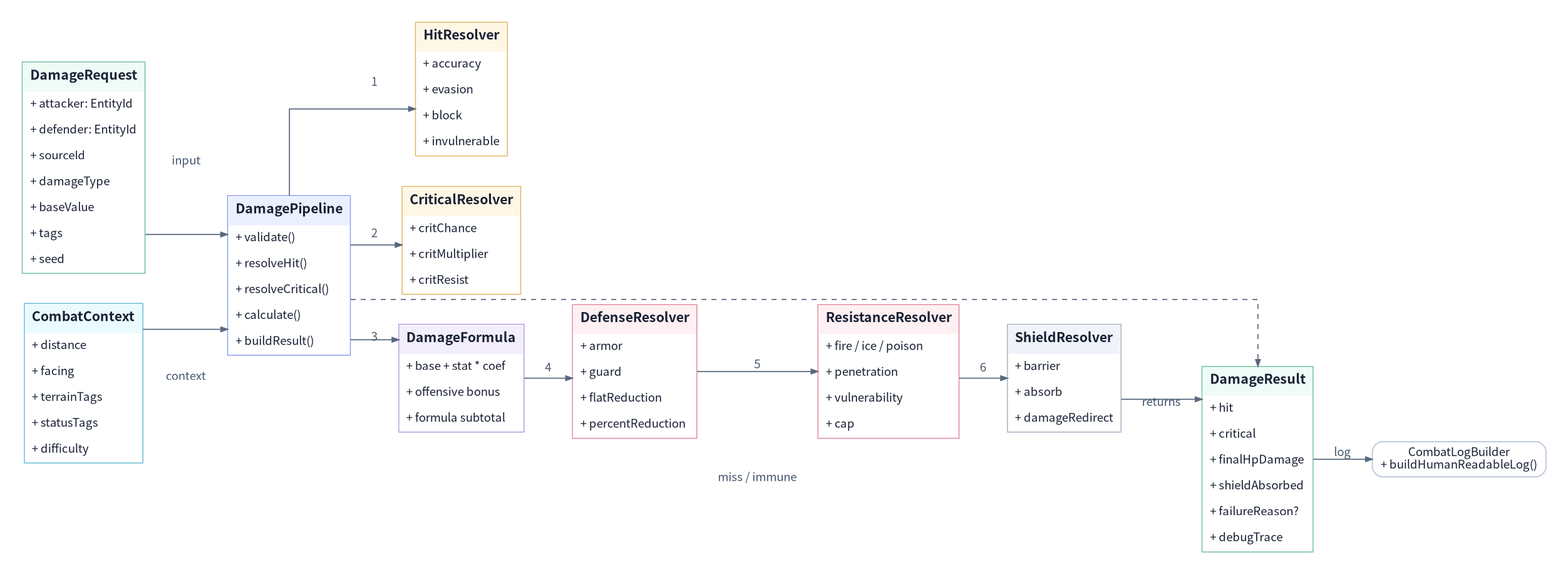
Before: assets/diagrams/22_combat_core_class_diagram.png, a diagram exported from Graphviz (JY-LemongO/game-system-framework-knowledge-site). Its source is kept beside it as source/diagrams/22_combat_core_class_diagram.dot. The source it was exported from:
```dot
digraph G {
  graph [fontname="Noto Sans CJK KR", bgcolor="#ffffff", margin=0.12, pad=0.25, ranksep=0.70, nodesep=0.50];
  node [fontname="Noto Sans CJK KR", shape=box, style="rounded,filled", color="#bac7db", penwidth=1.4, fillcolor="#ffffff", fontcolor="#182033", margin="0.14,0.09"];
  edge [fontname="Noto Sans CJK KR", color="#59687e", fontcolor="#46566e", arrowsize=0.8, penwidth=1.3];
  rankdir=LR; splines=ortho;
  DamageRequest [shape=plain,label=<
<TABLE BORDER="1" CELLBORDER="0" CELLPADDING="8" CELLSPACING="0" COLOR="#61b99a"><TR><TD BGCOLOR="#eefbf6"><B><FONT POINT-SIZE="16">DamageRequest</FONT></B></TD></TR><TR><TD ALIGN="LEFT">+ attacker: EntityId</TD></TR><TR><TD ALIGN="LEFT">+ defender: EntityId</TD></TR><TR><TD ALIGN="LEFT">+ sourceId</TD></TR><TR><TD ALIGN="LEFT">+ damageType</TD></TR><TR><TD ALIGN="LEFT">+ baseValue</TD></TR><TR><TD ALIGN="LEFT">+ tags</TD></TR><TR><TD ALIGN="LEFT">+ seed</TD></TR></TABLE>>];
  CombatContext [shape=plain,label=<
<TABLE BORDER="1" CELLBORDER="0" CELLPADDING="8" CELLSPACING="0" COLOR="#54b7cf"><TR><TD BGCOLOR="#e9fbff"><B><FONT POINT-SIZE="16">CombatContext</FONT></B></TD></TR><TR><TD ALIGN="LEFT">+ distance</TD></TR><TR><TD ALIGN="LEFT">+ facing</TD></TR><TR><TD ALIGN="LEFT">+ terrainTags</TD></TR><TR><TD ALIGN="LEFT">+ statusTags</TD></TR><TR><TD ALIGN="LEFT">+ difficulty</TD></TR></TABLE>>];
  DamagePipeline [shape=plain,label=<
<TABLE BORDER="1" CELLBORDER="0" CELLPADDING="8" CELLSPACING="0" COLOR="#8292f7"><TR><TD BGCOLOR="#eaf0ff"><B><FONT POINT-SIZE="16">DamagePipeline</FONT></B></TD></TR><TR><TD ALIGN="LEFT">+ validate()</TD></TR><TR><TD ALIGN="LEFT">+ resolveHit()</TD></TR><TR><TD ALIGN="LEFT">+ resolveCritical()</TD></TR><TR><TD ALIGN="LEFT">+ calculate()</TD></TR><TR><TD ALIGN="LEFT">+ buildResult()</TD></TR></TABLE>>];
  HitResolver [shape=plain,label=<
<TABLE BORDER="1" CELLBORDER="0" CELLPADDING="8" CELLSPACING="0" COLOR="#e0ad4e"><TR><TD BGCOLOR="#fff7e6"><B><FONT POINT-SIZE="16">HitResolver</FONT></B></TD></TR><TR><TD ALIGN="LEFT">+ accuracy</TD></TR><TR><TD ALIGN="LEFT">+ evasion</TD></TR><TR><TD ALIGN="LEFT">+ block</TD></TR><TR><TD ALIGN="LEFT">+ invulnerable</TD></TR></TABLE>>];
  CriticalResolver [shape=plain,label=<
<TABLE BORDER="1" CELLBORDER="0" CELLPADDING="8" CELLSPACING="0" COLOR="#e0ad4e"><TR><TD BGCOLOR="#fff7e6"><B><FONT POINT-SIZE="16">CriticalResolver</FONT></B></TD></TR><TR><TD ALIGN="LEFT">+ critChance</TD></TR><TR><TD ALIGN="LEFT">+ critMultiplier</TD></TR><TR><TD ALIGN="LEFT">+ critResist</TD></TR></TABLE>>];
  DamageFormula [shape=plain,label=<
<TABLE BORDER="1" CELLBORDER="0" CELLPADDING="8" CELLSPACING="0" COLOR="#ab8fe0"><TR><TD BGCOLOR="#f3eefc"><B><FONT POINT-SIZE="16">DamageFormula</FONT></B></TD></TR><TR><TD ALIGN="LEFT">+ base + stat * coef</TD></TR><TR><TD ALIGN="LEFT">+ offensive bonus</TD></TR><TR><TD ALIGN="LEFT">+ formula subtotal</TD></TR></TABLE>>];
  DefenseResolver [shape=plain,label=<
<TABLE BORDER="1" CELLBORDER="0" CELLPADDING="8" CELLSPACING="0" COLOR="#e07b91"><TR><TD BGCOLOR="#fff0f3"><B><FONT POINT-SIZE="16">DefenseResolver</FONT></B></TD></TR><TR><TD ALIGN="LEFT">+ armor</TD></TR><TR><TD ALIGN="LEFT">+ guard</TD></TR><TR><TD ALIGN="LEFT">+ flatReduction</TD></TR><TR><TD ALIGN="LEFT">+ percentReduction</TD></TR></TABLE>>];
  ResistanceResolver [shape=plain,label=<
<TABLE BORDER="1" CELLBORDER="0" CELLPADDING="8" CELLSPACING="0" COLOR="#e07b91"><TR><TD BGCOLOR="#fff0f3"><B><FONT POINT-SIZE="16">ResistanceResolver</FONT></B></TD></TR><TR><TD ALIGN="LEFT">+ fire / ice / poison</TD></TR><TR><TD ALIGN="LEFT">+ penetration</TD></TR><TR><TD ALIGN="LEFT">+ vulnerability</TD></TR><TR><TD ALIGN="LEFT">+ cap</TD></TR></TABLE>>];
  ShieldResolver [shape=plain,label=<
<TABLE BORDER="1" CELLBORDER="0" CELLPADDING="8" CELLSPACING="0" COLOR="#99a8bd"><TR><TD BGCOLOR="#f0f3f9"><B><FONT POINT-SIZE="16">ShieldResolver</FONT></B></TD></TR><TR><TD ALIGN="LEFT">+ barrier</TD></TR><TR><TD ALIGN="LEFT">+ absorb</TD></TR><TR><TD ALIGN="LEFT">+ damageRedirect</TD></TR></TABLE>>];
  DamageResult [shape=plain,label=<
<TABLE BORDER="1" CELLBORDER="0" CELLPADDING="8" CELLSPACING="0" COLOR="#61b99a"><TR><TD BGCOLOR="#eefbf6"><B><FONT POINT-SIZE="16">DamageResult</FONT></B></TD></TR><TR><TD ALIGN="LEFT">+ hit</TD></TR><TR><TD ALIGN="LEFT">+ critical</TD></TR><TR><TD ALIGN="LEFT">+ finalHpDamage</TD></TR><TR><TD ALIGN="LEFT">+ shieldAbsorbed</TD></TR><TR><TD ALIGN="LEFT">+ failureReason?</TD></TR><TR><TD ALIGN="LEFT">+ debugTrace</TD></TR></TABLE>>];
  CombatLogBuilder [label="CombatLogBuilder\n+ buildHumanReadableLog()"];

  DamageRequest -> DamagePipeline [label="input"];
  CombatContext -> DamagePipeline [label="context"];
  DamagePipeline -> HitResolver [label="1"];
  DamagePipeline -> CriticalResolver [label="2"];
  DamagePipeline -> DamageFormula [label="3"];
  DamageFormula -> DefenseResolver [label="4"];
  DefenseResolver -> ResistanceResolver [label="5"];
  ResistanceResolver -> ShieldResolver [label="6"];
  ShieldResolver -> DamageResult [label="returns"];
  DamagePipeline -> DamageResult [style=dashed, label="miss / immune"];
  DamageResult -> CombatLogBuilder [label="log"];
}
```
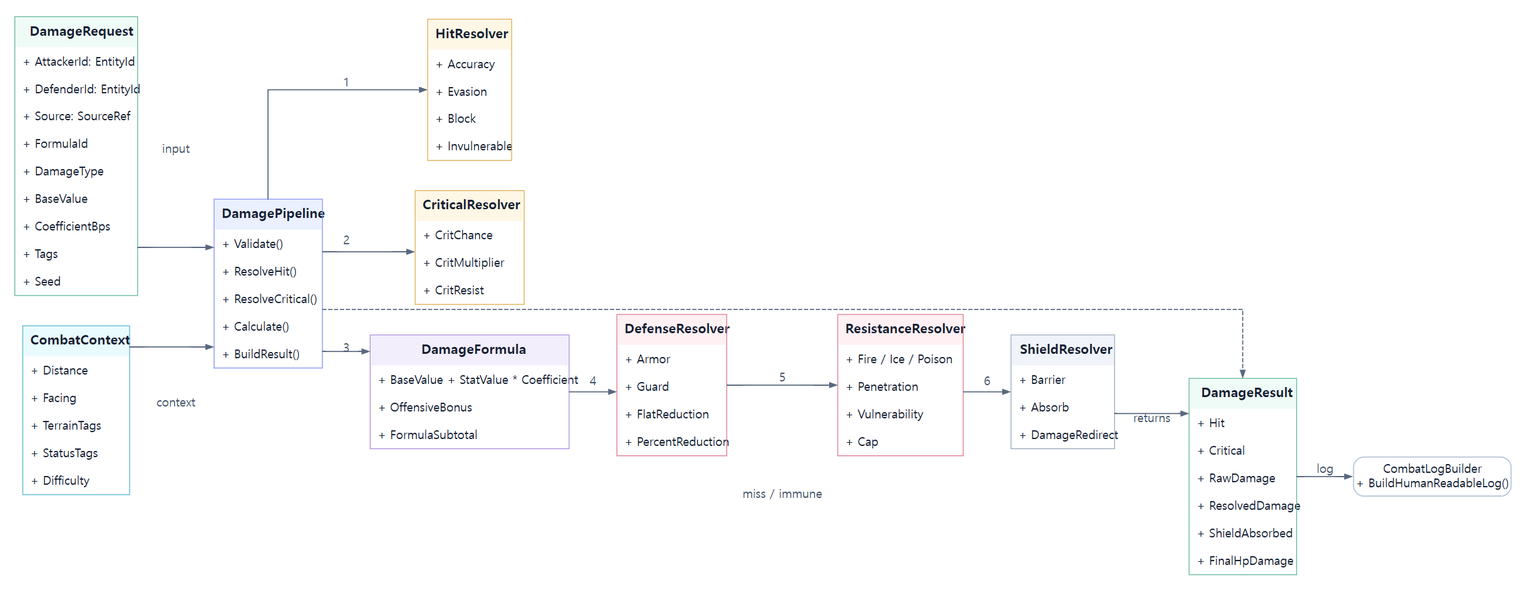
Above is the later version.

The edit, as a diff of the source:
```diff
@@ -4,26 +4,26 @@
   edge [fontname="Noto Sans CJK KR", color="#59687e", fontcolor="#46566e", arrowsize=0.8, penwidth=1.3];
   rankdir=LR; splines=ortho;
   DamageRequest [shape=plain,label=<
-<TABLE BORDER="1" CELLBORDER="0" CELLPADDING="8" CELLSPACING="0" COLOR="#61b99a"><TR><TD BGCOLOR="#eefbf6"><B><FONT POINT-SIZE="16">DamageRequest</FONT></B></TD></TR><TR><TD ALIGN="LEFT">+ attacker: EntityId</TD></TR><TR><TD ALIGN="LEFT">+ defender: EntityId</TD></TR><TR><TD ALIGN="LEFT">+ sourceId</TD></TR><TR><TD ALIGN="LEFT">+ damageType</TD></TR><TR><TD ALIGN="LEFT">+ baseValue</TD></TR><TR><TD ALIGN="LEFT">+ tags</TD></TR><TR><TD ALIGN="LEFT">+ seed</TD></TR></TABLE>>];
+<TABLE BORDER="1" CELLBORDER="0" CELLPADDING="8" CELLSPACING="0" COLOR="#61b99a"><TR><TD BGCOLOR="#eefbf6"><B><FONT POINT-SIZE="16">DamageRequest</FONT></B></TD></TR><TR><TD ALIGN="LEFT">+ AttackerId: EntityId</TD></TR><TR><TD ALIGN="LEFT">+ DefenderId: EntityId</TD></TR><TR><TD ALIGN="LEFT">+ Source: SourceRef</TD></TR><TR><TD ALIGN="LEFT">+ FormulaId</TD></TR><TR><TD ALIGN="LEFT">+ DamageType</TD></TR><TR><TD ALIGN="LEFT">+ BaseValue</TD></TR><TR><TD ALIGN="LEFT">+ CoefficientBps</TD></TR><TR><TD ALIGN="LEFT">+ Tags</TD></TR><TR><TD ALIGN="LEFT">+ Seed</TD></TR></TABLE>>];
   CombatContext [shape=plain,label=<
-<TABLE BORDER="1" CELLBORDER="0" CELLPADDING="8" CELLSPACING="0" COLOR="#54b7cf"><TR><TD BGCOLOR="#e9fbff"><B><FONT POINT-SIZE="16">CombatContext</FONT></B></TD></TR><TR><TD ALIGN="LEFT">+ distance</TD></TR><TR><TD ALIGN="LEFT">+ facing</TD></TR><TR><TD ALIGN="LEFT">+ terrainTags</TD></TR><TR><TD ALIGN="LEFT">+ statusTags</TD></TR><TR><TD ALIGN="LEFT">+ difficulty</TD></TR></TABLE>>];
+<TABLE BORDER="1" CELLBORDER="0" CELLPADDING="8" CELLSPACING="0" COLOR="#54b7cf"><TR><TD BGCOLOR="#e9fbff"><B><FONT POINT-SIZE="16">CombatContext</FONT></B></TD></TR><TR><TD ALIGN="LEFT">+ Distance</TD></TR><TR><TD ALIGN="LEFT">+ Facing</TD></TR><TR><TD ALIGN="LEFT">+ TerrainTags</TD></TR><TR><TD ALIGN="LEFT">+ StatusTags</TD></TR><TR><TD ALIGN="LEFT">+ Difficulty</TD></TR></TABLE>>];
   DamagePipeline [shape=plain,label=<
-<TABLE BORDER="1" CELLBORDER="0" CELLPADDING="8" CELLSPACING="0" COLOR="#8292f7"><TR><TD BGCOLOR="#eaf0ff"><B><FONT POINT-SIZE="16">DamagePipeline</FONT></B></TD></TR><TR><TD ALIGN="LEFT">+ validate()</TD></TR><TR><TD ALIGN="LEFT">+ resolveHit()</TD></TR><TR><TD ALIGN="LEFT">+ resolveCritical()</TD></TR><TR><TD ALIGN="LEFT">+ calculate()</TD></TR><TR><TD ALIGN="LEFT">+ buildResult()</TD></TR></TABLE>>];
+<TABLE BORDER="1" CELLBORDER="0" CELLPADDING="8" CELLSPACING="0" COLOR="#8292f7"><TR><TD BGCOLOR="#eaf0ff"><B><FONT POINT-SIZE="16">DamagePipeline</FONT></B></TD></TR><TR><TD ALIGN="LEFT">+ Validate()</TD></TR><TR><TD ALIGN="LEFT">+ ResolveHit()</TD></TR><TR><TD ALIGN="LEFT">+ ResolveCritical()</TD></TR><TR><TD ALIGN="LEFT">+ Calculate()</TD></TR><TR><TD ALIGN="LEFT">+ BuildResult()</TD></TR></TABLE>>];
   HitResolver [shape=plain,label=<
-<TABLE BORDER="1" CELLBORDER="0" CELLPADDING="8" CELLSPACING="0" COLOR="#e0ad4e"><TR><TD BGCOLOR="#fff7e6"><B><FONT POINT-SIZE="16">HitResolver</FONT></B></TD></TR><TR><TD ALIGN="LEFT">+ accuracy</TD></TR><TR><TD ALIGN="LEFT">+ evasion</TD></TR><TR><TD ALIGN="LEFT">+ block</TD></TR><TR><TD ALIGN="LEFT">+ invulnerable</TD></TR></TABLE>>];
+<TABLE BORDER="1" CELLBORDER="0" CELLPADDING="8" CELLSPACING="0" COLOR="#e0ad4e"><TR><TD BGCOLOR="#fff7e6"><B><FONT POINT-SIZE="16">HitResolver</FONT></B></TD></TR><TR><TD ALIGN="LEFT">+ Accuracy</TD></TR><TR><TD ALIGN="LEFT">+ Evasion</TD></TR><TR><TD ALIGN="LEFT">+ Block</TD></TR><TR><TD ALIGN="LEFT">+ Invulnerable</TD></TR></TABLE>>];
   CriticalResolver [shape=plain,label=<
-<TABLE BORDER="1" CELLBORDER="0" CELLPADDING="8" CELLSPACING="0" COLOR="#e0ad4e"><TR><TD BGCOLOR="#fff7e6"><B><FONT POINT-SIZE="16">CriticalResolver</FONT></B></TD></TR><TR><TD ALIGN="LEFT">+ critChance</TD></TR><TR><TD ALIGN="LEFT">+ critMultiplier</TD></TR><TR><TD ALIGN="LEFT">+ critResist</TD></TR></TABLE>>];
+<TABLE BORDER="1" CELLBORDER="0" CELLPADDING="8" CELLSPACING="0" COLOR="#e0ad4e"><TR><TD BGCOLOR="#fff7e6"><B><FONT POINT-SIZE="16">CriticalResolver</FONT></B></TD></TR><TR><TD ALIGN="LEFT">+ CritChance</TD></TR><TR><TD ALIGN="LEFT">+ CritMultiplier</TD></TR><TR><TD ALIGN="LEFT">+ CritResist</TD></TR></TABLE>>];
   DamageFormula [shape=plain,label=<
-<TABLE BORDER="1" CELLBORDER="0" CELLPADDING="8" CELLSPACING="0" COLOR="#ab8fe0"><TR><TD BGCOLOR="#f3eefc"><B><FONT POINT-SIZE="16">DamageFormula</FONT></B></TD></TR><TR><TD ALIGN="LEFT">+ base + stat * coef</TD></TR><TR><TD ALIGN="LEFT">+ offensive bonus</TD></TR><TR><TD ALIGN="LEFT">+ formula subtotal</TD></TR></TABLE>>];
+<TABLE BORDER="1" CELLBORDER="0" CELLPADDING="8" CELLSPACING="0" COLOR="#ab8fe0"><TR><TD BGCOLOR="#f3eefc"><B><FONT POINT-SIZE="16">DamageFormula</FONT></B></TD></TR><TR><TD ALIGN="LEFT">+ BaseValue + StatValue * Coefficient</TD></TR><TR><TD ALIGN="LEFT">+ OffensiveBonus</TD></TR><TR><TD ALIGN="LEFT">+ FormulaSubtotal</TD></TR></TABLE>>];
   DefenseResolver [shape=plain,label=<
-<TABLE BORDER="1" CELLBORDER="0" CELLPADDING="8" CELLSPACING="0" COLOR="#e07b91"><TR><TD BGCOLOR="#fff0f3"><B><FONT POINT-SIZE="16">DefenseResolver</FONT></B></TD></TR><TR><TD ALIGN="LEFT">+ armor</TD></TR><TR><TD ALIGN="LEFT">+ guard</TD></TR><TR><TD ALIGN="LEFT">+ flatReduction</TD></TR><TR><TD ALIGN="LEFT">+ percentReduction</TD></TR></TABLE>>];
+<TABLE BORDER="1" CELLBORDER="0" CELLPADDING="8" CELLSPACING="0" COLOR="#e07b91"><TR><TD BGCOLOR="#fff0f3"><B><FONT POINT-SIZE="16">DefenseResolver</FONT></B></TD></TR><TR><TD ALIGN="LEFT">+ Armor</TD></TR><TR><TD ALIGN="LEFT">+ Guard</TD></TR><TR><TD ALIGN="LEFT">+ FlatReduction</TD></TR><TR><TD ALIGN="LEFT">+ PercentReduction</TD></TR></TABLE>>];
   ResistanceResolver [shape=plain,label=<
-<TABLE BORDER="1" CELLBORDER="0" CELLPADDING="8" CELLSPACING="0" COLOR="#e07b91"><TR><TD BGCOLOR="#fff0f3"><B><FONT POINT-SIZE="16">ResistanceResolver</FONT></B></TD></TR><TR><TD ALIGN="LEFT">+ fire / ice / poison</TD></TR><TR><TD ALIGN="LEFT">+ penetration</TD></TR><TR><TD ALIGN="LEFT">+ vulnerability</TD></TR><TR><TD ALIGN="LEFT">+ cap</TD></TR></TABLE>>];
+<TABLE BORDER="1" CELLBORDER="0" CELLPADDING="8" CELLSPACING="0" COLOR="#e07b91"><TR><TD BGCOLOR="#fff0f3"><B><FONT POINT-SIZE="16">ResistanceResolver</FONT></B></TD></TR><TR><TD ALIGN="LEFT">+ Fire / Ice / Poison</TD></TR><TR><TD ALIGN="LEFT">+ Penetration</TD></TR><TR><TD ALIGN="LEFT">+ Vulnerability</TD></TR><TR><TD ALIGN="LEFT">+ Cap</TD></TR></TABLE>>];
   ShieldResolver [shape=plain,label=<
-<TABLE BORDER="1" CELLBORDER="0" CELLPADDING="8" CELLSPACING="0" COLOR="#99a8bd"><TR><TD BGCOLOR="#f0f3f9"><B><FONT POINT-SIZE="16">ShieldResolver</FONT></B></TD></TR><TR><TD ALIGN="LEFT">+ barrier</TD></TR><TR><TD ALIGN="LEFT">+ absorb</TD></TR><TR><TD ALIGN="LEFT">+ damageRedirect</TD></TR></TABLE>>];
+<TABLE BORDER="1" CELLBORDER="0" CELLPADDING="8" CELLSPACING="0" COLOR="#99a8bd"><TR><TD BGCOLOR="#f0f3f9"><B><FONT POINT-SIZE="16">ShieldResolver</FONT></B></TD></TR><TR><TD ALIGN="LEFT">+ Barrier</TD></TR><TR><TD ALIGN="LEFT">+ Absorb</TD></TR><TR><TD ALIGN="LEFT">+ DamageRedirect</TD></TR></TABLE>>];
   DamageResult [shape=plain,label=<
-<TABLE BORDER="1" CELLBORDER="0" CELLPADDING="8" CELLSPACING="0" COLOR="#61b99a"><TR><TD BGCOLOR="#eefbf6"><B><FONT POINT-SIZE="16">DamageResult</FONT></B></TD></TR><TR><TD ALIGN="LEFT">+ hit</TD></TR><TR><TD ALIGN="LEFT">+ critical</TD></TR><TR><TD ALIGN="LEFT">+ finalHpDamage</TD></TR><TR><TD ALIGN="LEFT">+ shieldAbsorbed</TD></TR><TR><TD ALIGN="LEFT">+ failureReason?</TD></TR><TR><TD ALIGN="LEFT">+ debugTrace</TD></TR></TABLE>>];
-  CombatLogBuilder [label="CombatLogBuilder\n+ buildHumanReadableLog()"];
+<TABLE BORDER="1" CELLBORDER="0" CELLPADDING="8" CELLSPACING="0" COLOR="#61b99a"><TR><TD BGCOLOR="#eefbf6"><B><FONT POINT-SIZE="16">DamageResult</FONT></B></TD></TR><TR><TD ALIGN="LEFT">+ Hit</TD></TR><TR><TD ALIGN="LEFT">+ Critical</TD></TR><TR><TD ALIGN="LEFT">+ RawDamage</TD></TR><TR><TD ALIGN="LEFT">+ ResolvedDamage</TD></TR><TR><TD ALIGN="LEFT">+ ShieldAbsorbed</TD></TR><TR><TD ALIGN="LEFT">+ FinalHpDamage</TD></TR></TABLE>>];
+  CombatLogBuilder [label="CombatLogBuilder\n+ BuildHumanReadableLog()"];
 
   DamageRequest -> DamagePipeline [label="input"];
   CombatContext -> DamagePipeline [label="context"];
```
